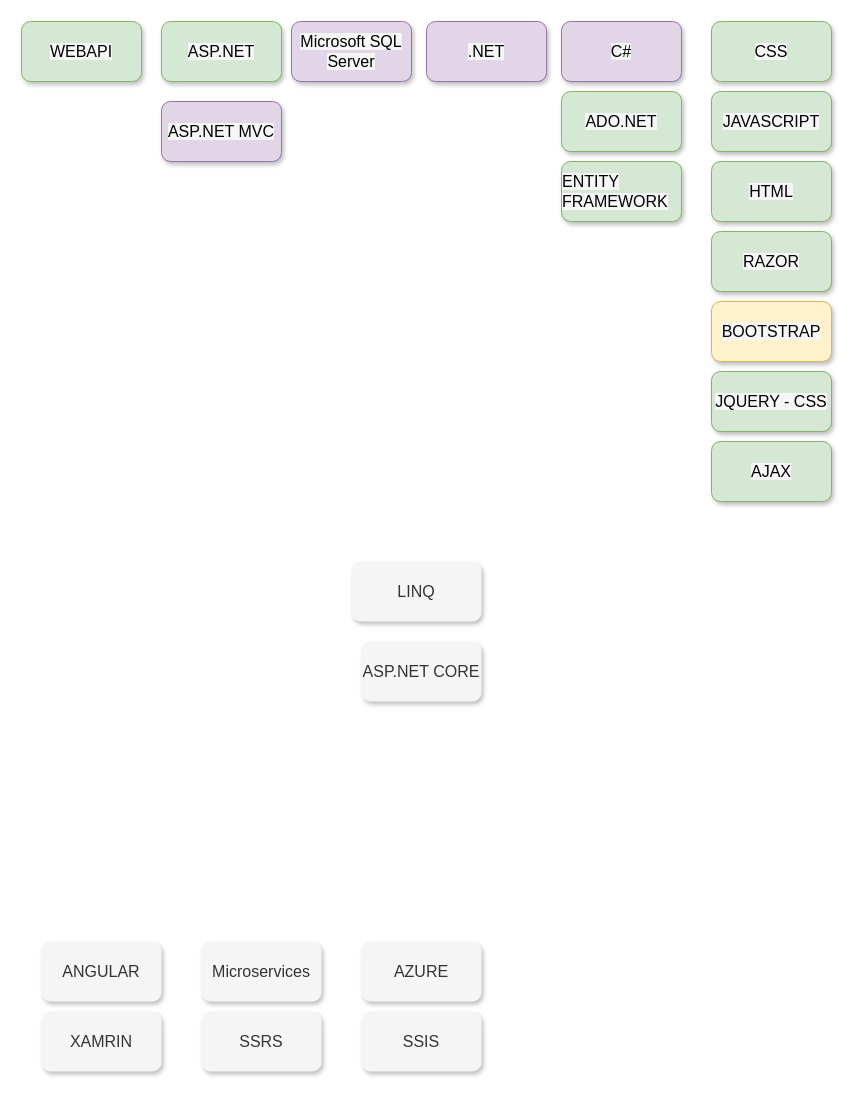
This is TechnologiesList.drawio from surfersulver994/PAT, a draw.io file, before an edit. Source tidied: cells renumbered, new cells numbered last; positions are measured from the earlier drawing's top-left corner, leaving out a move shared by most shapes. Both pictures are drawn from the tidied source at 100%, with x=0, y=0 at pixel (21, 21).
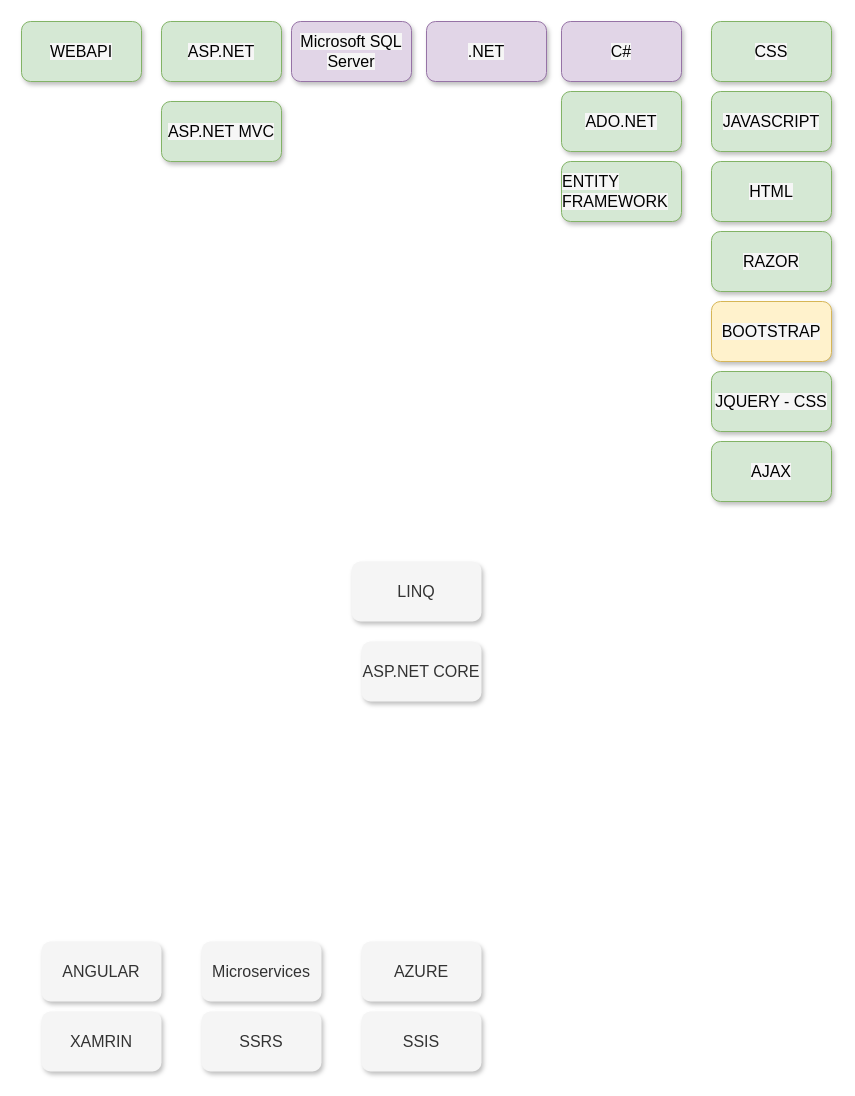
Above is the later version.

Diff of the diagram source:
```diff
@@
-    <mxCell id="5" value="&lt;span style=&quot;font-family: fixemoji, &amp;quot;roboto mono&amp;quot;, sans-serif; font-size: 16px; text-align: left; background-color: rgb(246, 246, 246);&quot;&gt;ASP.NET MVC&lt;/span&gt;" style="rounded=1;whiteSpace=wrap;html=1;glass=0;shadow=1;fillColor=#e1d5e7;strokeColor=#9673a6;" parent="1" vertex="1">
+    <mxCell id="5" value="&lt;span style=&quot;font-family: fixemoji, &amp;quot;roboto mono&amp;quot;, sans-serif; font-size: 16px; text-align: left; background-color: rgb(246, 246, 246);&quot;&gt;ASP.NET MVC&lt;/span&gt;" style="rounded=1;whiteSpace=wrap;html=1;glass=0;shadow=1;fillColor=#d5e8d4;strokeColor=#82b366;" parent="1" vertex="1">
       <mxGeometry x="140" y="80" width="120" height="60" as="geometry" />
     </mxCell>
```
